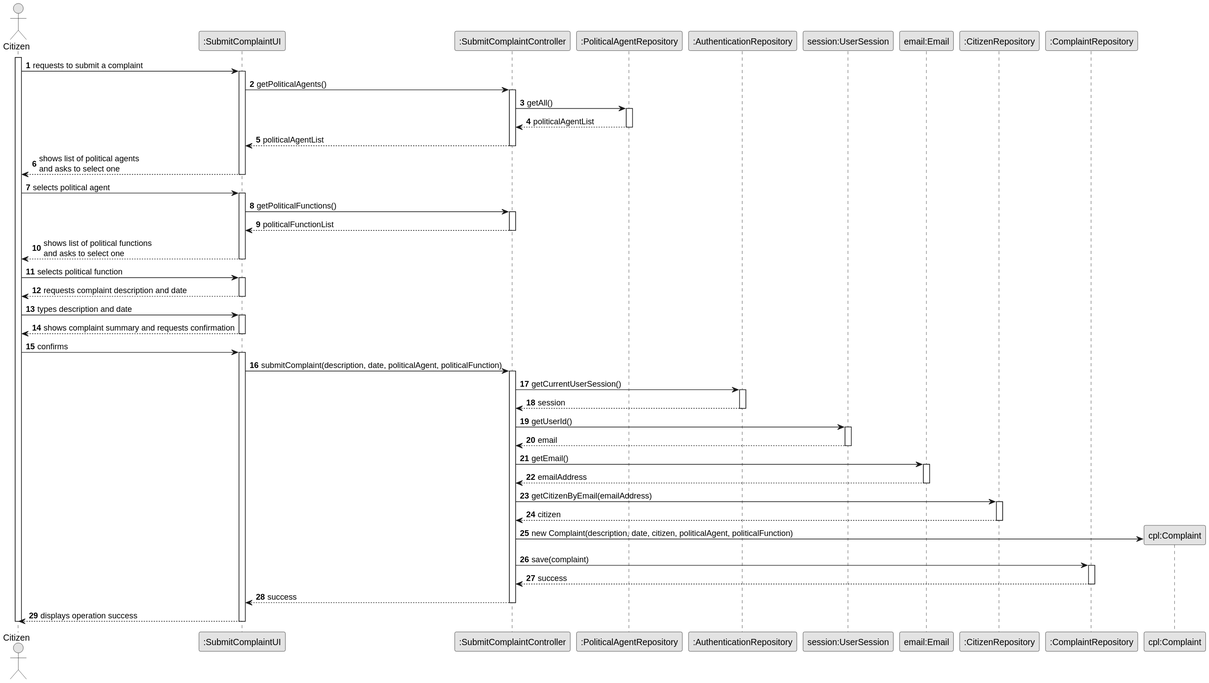
brunodspinto/crystal-clear-platform keeps this PlantUML diagram as docs/system-documentation/US12/03.design/svg/US12-SD.svg. Above is the earlier version.
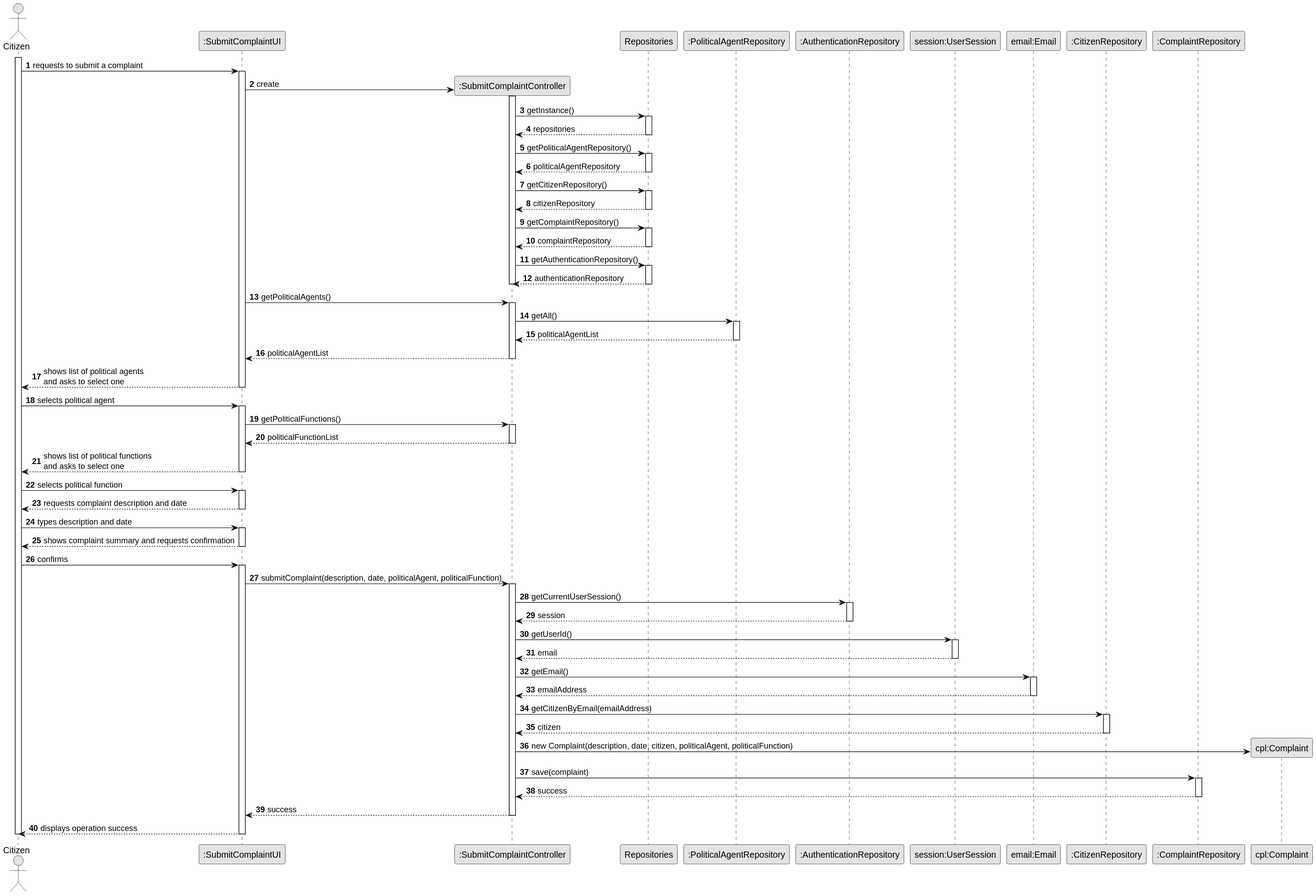
Later version of the same file.

Change to the diagram source:
```diff
@@ -8,6 +8,7 @@
 actor "Citizen" as C
 participant ":SubmitComplaintUI" as UI
 participant ":SubmitComplaintController" as CTRL
+participant "Repositories" as REPOS
 participant ":PoliticalAgentRepository" as PAR
 participant ":AuthenticationRepository" as AR
 participant "session:UserSession" as SESS
@@ -20,6 +21,30 @@
 
     C -> UI : requests to submit a complaint
     activate UI
+
+        UI -> CTRL** : create
+        activate CTRL
+            CTRL -> REPOS : getInstance()
+            activate REPOS
+                REPOS --> CTRL : repositories
+            deactivate REPOS
+            CTRL -> REPOS : getPoliticalAgentRepository()
+            activate REPOS
+                REPOS --> CTRL : politicalAgentRepository
+            deactivate REPOS
+            CTRL -> REPOS : getCitizenRepository()
+            activate REPOS
+                REPOS --> CTRL : citizenRepository
+            deactivate REPOS
+            CTRL -> REPOS : getComplaintRepository()
+            activate REPOS
+                REPOS --> CTRL : complaintRepository
+            deactivate REPOS
+            CTRL -> REPOS : getAuthenticationRepository()
+            activate REPOS
+                REPOS --> CTRL : authenticationRepository
+            deactivate REPOS
+        deactivate CTRL
 
         UI -> CTRL : getPoliticalAgents()
         activate CTRL
```
